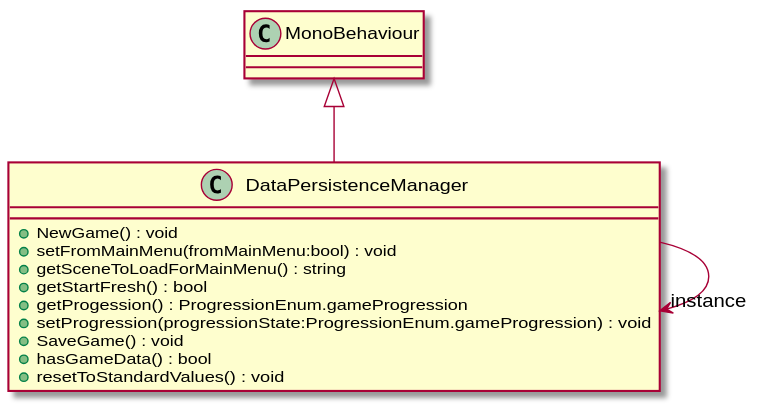
Above: UML/SaveAndLoad/DataPersistenceManager.svg in robinsuurs/Mallow_Mysterie (PlantUML), before the change.
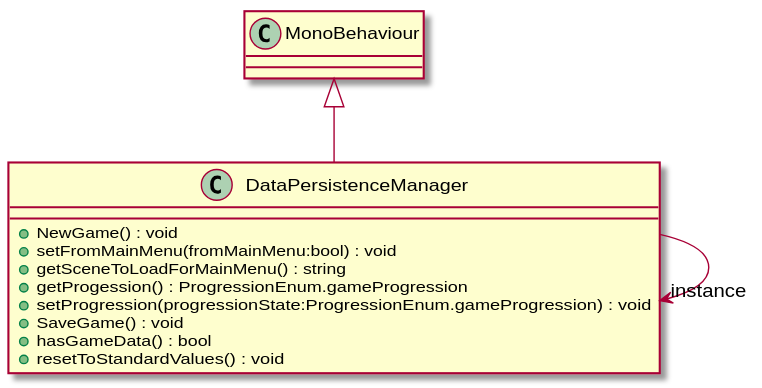
After the change.

Diff of the diagram source:
```diff
@@ -3,7 +3,6 @@
     + NewGame() : void
     + setFromMainMenu(fromMainMenu:bool) : void
     + getSceneToLoadForMainMenu() : string
-    + getStartFresh() : bool
     + getProgession() : ProgressionEnum.gameProgression
     + setProgression(progressionState:ProgressionEnum.gameProgression) : void
     + SaveGame() : void
```
